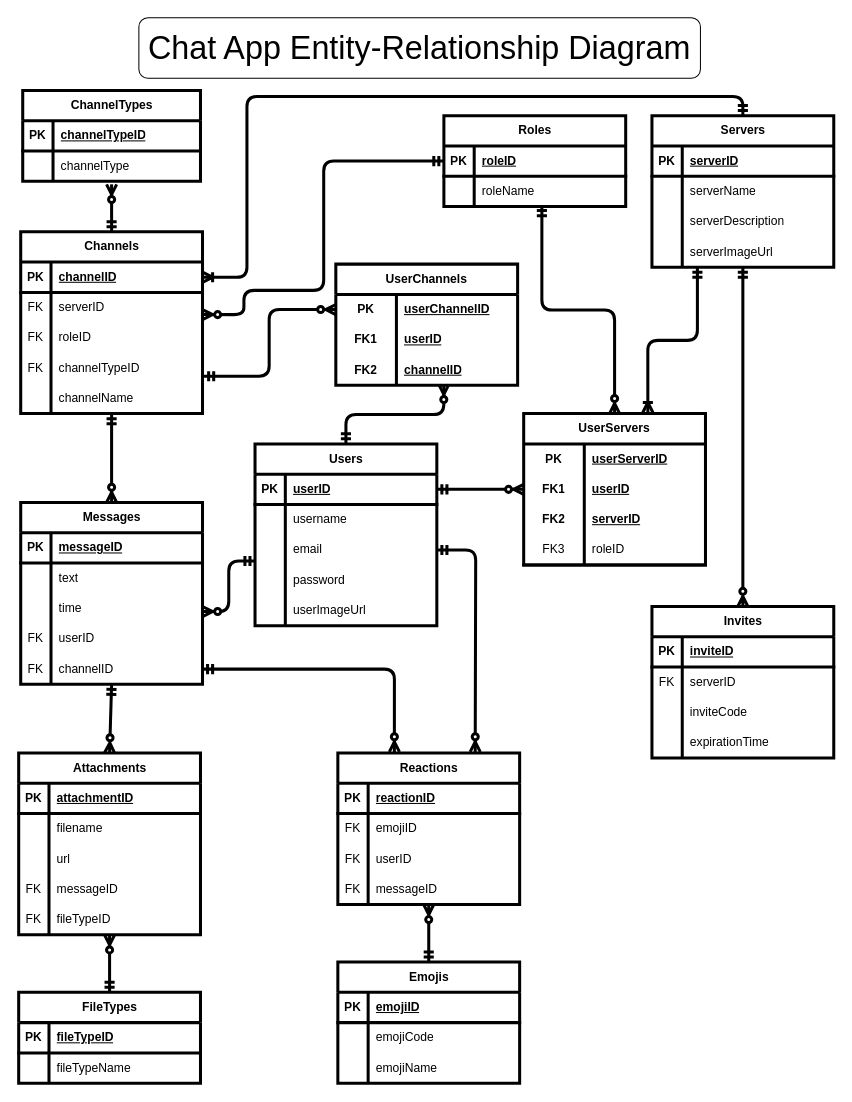
Lisa-Fink/Chat-App keeps this draw.io diagram as database/Chat App ERD.drawio. Above is the earlier version. Source tidied: cells renumbered, new cells numbered last; positions are measured from the earlier drawing's top-left corner, leaving out a move shared by most shapes. Both pictures are drawn from the tidied source at 101%, with x=0, y=0 at pixel (18, 17).
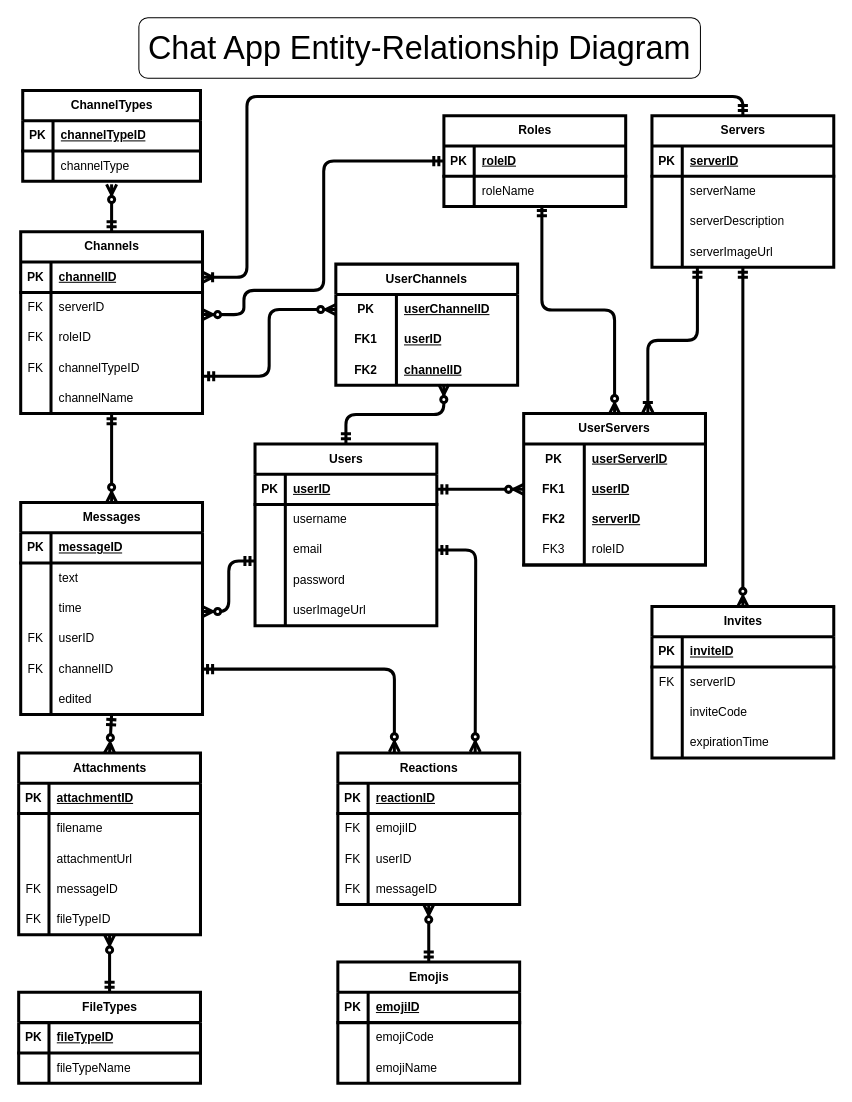
Above is the later version.

Commit message (it also covers changes not shown here):
Updated Table name for Channel to Server, added edit attribute to Messages, changed url attribute name to attachmentUrl

The change refers to these unchanged cells:
```xml
<mxCell id="54" style="shape=tableRow;horizontal=0;startSize=0;swimlaneHead=0;swimlaneBody=0;top=0;left=0;right=0;bottom=0;labelBorderColor=none;strokeWidth=3;labelBackgroundColor=none;fillColor=none;" parent="47" vertex="1">
  <mxGeometry y="90" width="180" height="30" as="geometry" />
</mxCell>
```

What changed in the source:
```diff
@@
     <mxCell id="31" value="Messages" style="shape=table;startSize=30;childLayout=tableLayout;rowLines=0;fontStyle=1;align=center;html=1;labelBorderColor=none;strokeWidth=3;labelBackgroundColor=none;fillColor=none;" parent="1" vertex="1">
-      <mxGeometry x="2" y="480" width="180" height="180" as="geometry" />
+      <mxGeometry x="2" y="480" width="180" height="210" as="geometry" />
     </mxCell>
@@
+    <mxCell id="177" style="shape=tableRow;horizontal=0;startSize=0;swimlaneHead=0;swimlaneBody=0;top=0;left=0;right=0;bottom=0;labelBorderColor=none;strokeWidth=3;labelBackgroundColor=none;fillColor=none;" parent="31" vertex="1">
+      <mxGeometry y="180" width="180" height="30" as="geometry" />
+    </mxCell>
+    <mxCell id="178" style="shape=partialRectangle;top=0;left=0;bottom=0;right=0;overflow=hidden;whiteSpace=wrap;html=1;labelBorderColor=none;strokeWidth=3;labelBackgroundColor=none;fillColor=none;" parent="177" vertex="1">
+      <mxGeometry width="30" height="30" as="geometry" />
+    </mxCell>
+    <mxCell id="179" value="edited" style="shape=partialRectangle;top=0;left=0;bottom=0;right=0;align=left;spacingLeft=6;overflow=hidden;whiteSpace=wrap;html=1;labelBorderColor=none;strokeWidth=3;labelBackgroundColor=none;fillColor=none;" parent="177" vertex="1">
+      <mxGeometry x="30" width="150" height="30" as="geometry" />
+    </mxCell>
@@
-    <mxCell id="56" value="url" style="shape=partialRectangle;top=0;left=0;bottom=0;right=0;align=left;spacingLeft=6;overflow=hidden;whiteSpace=wrap;html=1;labelBorderColor=none;strokeWidth=3;labelBackgroundColor=none;fillColor=none;" parent="54" vertex="1">
+    <mxCell id="56" value="attachmentUrl" style="shape=partialRectangle;top=0;left=0;bottom=0;right=0;align=left;spacingLeft=6;overflow=hidden;whiteSpace=wrap;html=1;labelBorderColor=none;strokeWidth=3;labelBackgroundColor=none;fillColor=none;" parent="54" vertex="1">
       <mxGeometry x="30" width="150" height="30" as="geometry" />
     </mxCell>
```
